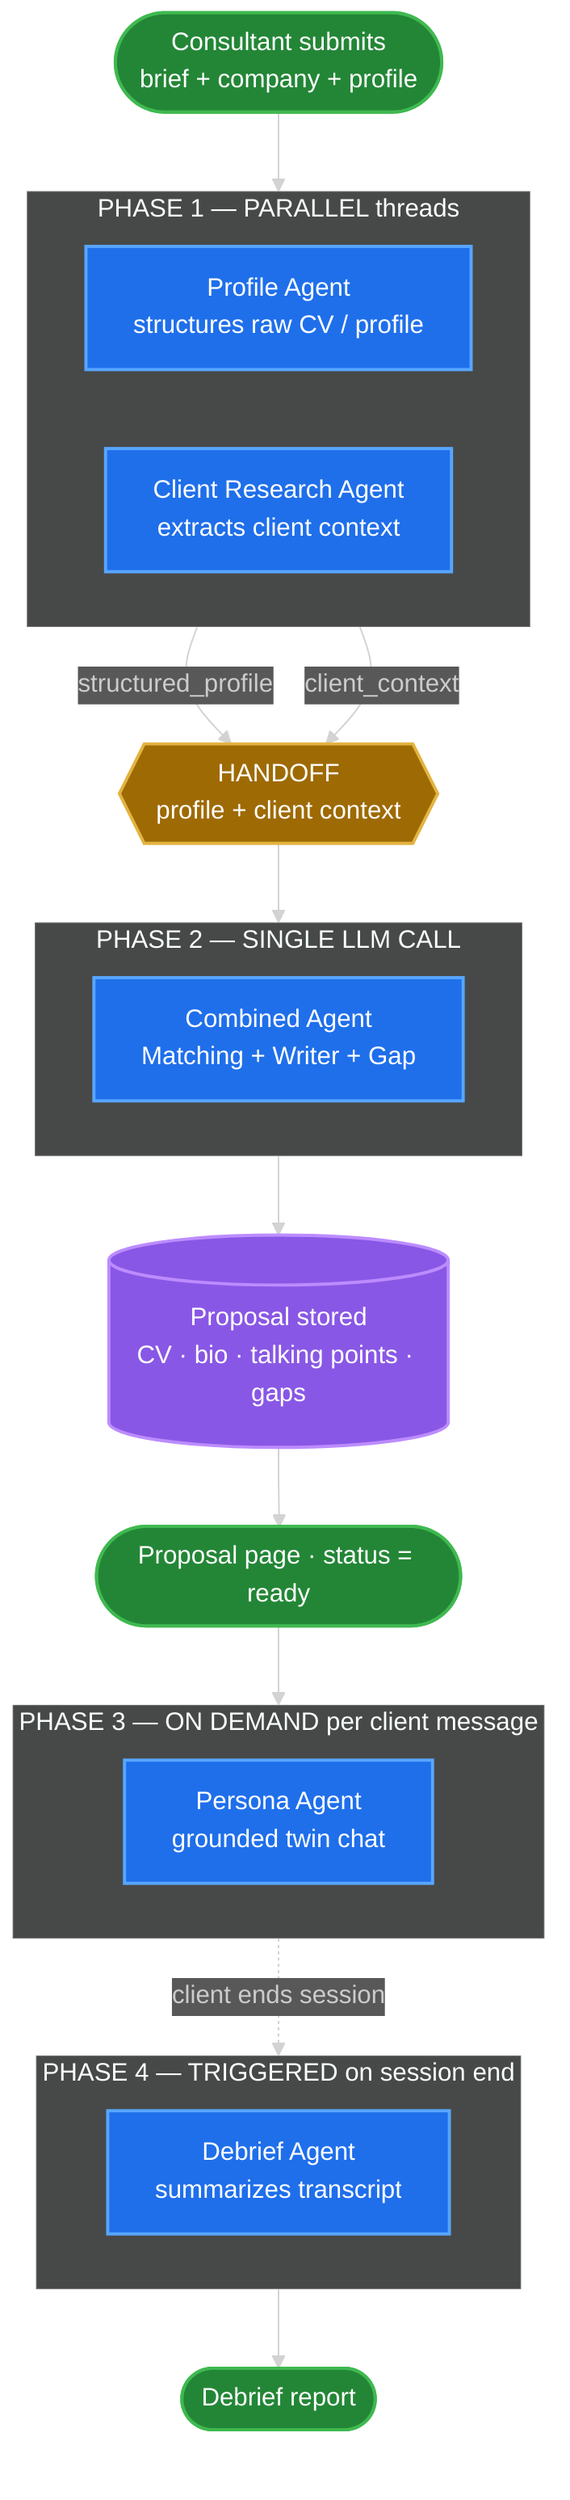
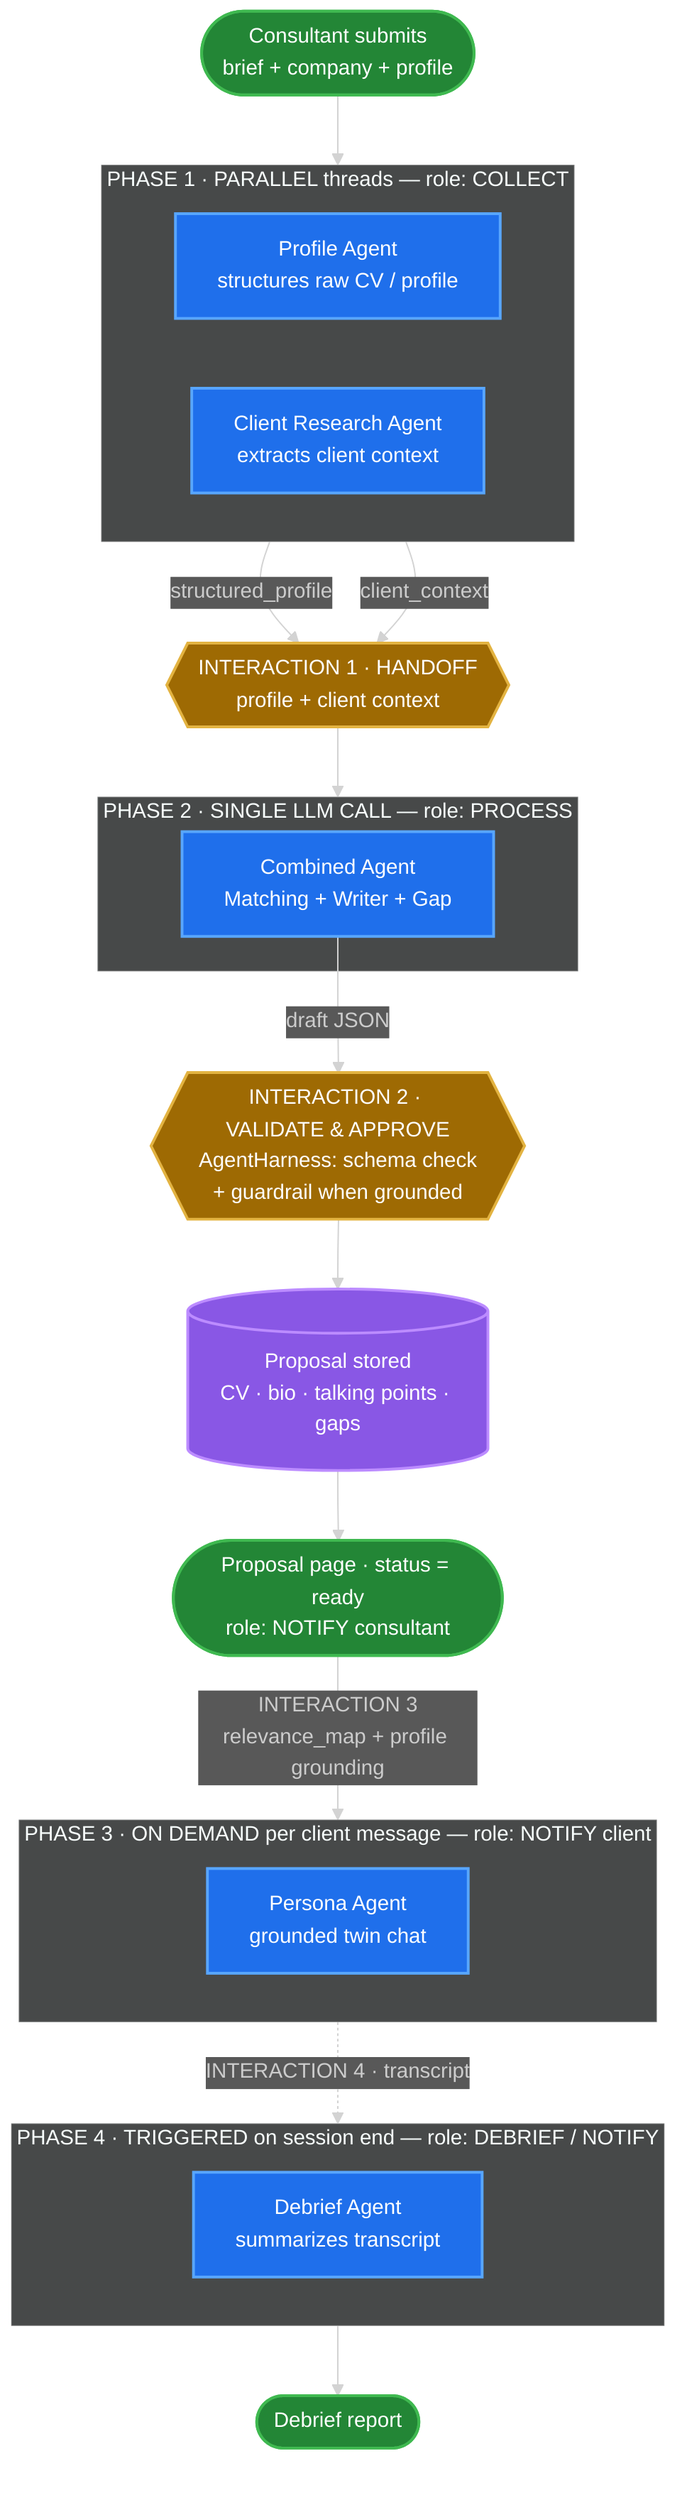
- %%{init: {'theme':'dark', 'themeVariables': {'fontSize':'16px'}}}%%
+ %%{init: {'theme':'dark', 'themeVariables': {'fontSize':'15px'}}}%%
flowchart TD
    U([Consultant submits<br/>brief + company + profile]):::terminal --> P1
-     subgraph P1["PHASE 1 — PARALLEL threads"]
+     subgraph P1["PHASE 1 · PARALLEL threads — role: COLLECT"]
        direction LR
        PA["Profile Agent<br/>structures raw CV / profile"]:::agent
        CRA["Client Research Agent<br/>extracts client context"]:::agent
    end
-     PA -- structured_profile --> H{{"HANDOFF<br/>profile + client context"}}:::handoff
-     CRA -- client_context --> H
+     PA -- "structured_profile" --> H{{"INTERACTION 1 · HANDOFF<br/>profile + client context"}}:::handoff
+     CRA -- "client_context" --> H
    H --> P2
-     subgraph P2["PHASE 2 — SINGLE LLM CALL"]
+     subgraph P2["PHASE 2 · SINGLE LLM CALL — role: PROCESS"]
        CA["Combined Agent<br/>Matching + Writer + Gap"]:::agent
    end
-     P2 --> PROP[("Proposal stored<br/>CV · bio · talking points · gaps")]:::store
-     PROP --> READY([Proposal page · status = ready]):::terminal
-     READY --> P3
-     subgraph P3["PHASE 3 — ON DEMAND per client message"]
+     CA -- "draft JSON" --> VAL{{"INTERACTION 2 · VALIDATE & APPROVE<br/>AgentHarness: schema check<br/>+ guardrail when grounded"}}:::handoff
+     VAL --> PROP[("Proposal stored<br/>CV · bio · talking points · gaps")]:::store
+     PROP --> READY([Proposal page · status = ready<br/>role: NOTIFY consultant]):::terminal
+     READY -- "INTERACTION 3<br/>relevance_map + profile grounding" --> P3
+     subgraph P3["PHASE 3 · ON DEMAND per client message — role: NOTIFY client"]
        PERSONA["Persona Agent<br/>grounded twin chat"]:::agent
    end
-     P3 -.->|client ends session| P4
-     subgraph P4["PHASE 4 — TRIGGERED on session end"]
+     P3 -. "INTERACTION 4 · transcript" .-> P4
+     subgraph P4["PHASE 4 · TRIGGERED on session end — role: DEBRIEF / NOTIFY"]
        DEBRIEF["Debrief Agent<br/>summarizes transcript"]:::agent
    end
    P4 --> END([Debrief report]):::terminal

    classDef agent fill:#1f6feb,stroke:#58a6ff,color:#fff,stroke-width:2px;
    classDef store fill:#8957e5,stroke:#bc8cff,color:#fff,stroke-width:2px;
    classDef terminal fill:#238636,stroke:#3fb950,color:#fff,stroke-width:2px;
    classDef handoff fill:#9e6a03,stroke:#e3b341,color:#fff,stroke-width:2px;
